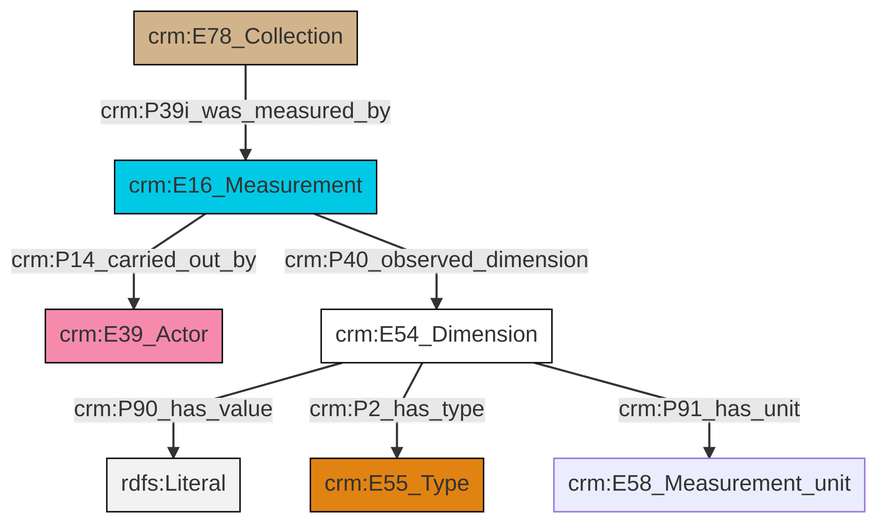
Before: et/archivalCSV/ttl/mmd/png/archival_substance.png, a diagram exported from Mermaid (swiss-art-research-net/docs.swissartresearch). Its source is kept beside it as et/archivalCSV/ttl/mmd/archival_substance.ttl.mmd.
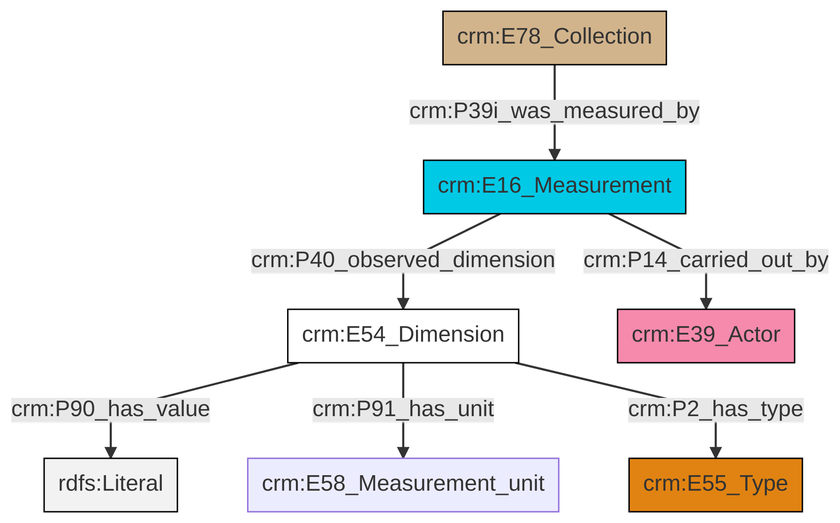
After the commit.

Change to the diagram source:
```diff
@@ -13,9 +13,9 @@
 classDef PC_Classes fill:#4ce600, stroke:#000000;
 classDef Multi fill:#cccccc,stroke:#000000;
 
-0["crm:E78_Collection"]:::Physical_Thing -->|crm:P39i_was_measured_by| 1["crm:E16_Measurement"]:::Temporal_Entity
-4["crm:E54_Dimension"]:::CRM_Entity -->|crm:P90_has_value| 5[rdfs:Literal]:::Literal
-4["crm:E54_Dimension"]:::CRM_Entity -->|crm:P2_has_type| 6["crm:E55_Type"]:::Type
-1["crm:E16_Measurement"]:::Temporal_Entity -->|crm:P14_carried_out_by| 2["crm:E39_Actor"]:::Actor
-1["crm:E16_Measurement"]:::Temporal_Entity -->|crm:P40_observed_dimension| 4["crm:E54_Dimension"]:::CRM_Entity
-4["crm:E54_Dimension"]:::CRM_Entity -->|crm:P91_has_unit| 7["crm:E58_Measurement_unit"]:::Default
+0["crm:E54_Dimension"]:::CRM_Entity -->|crm:P90_has_value| 4[rdfs:Literal]:::Literal
+0["crm:E54_Dimension"]:::CRM_Entity -->|crm:P91_has_unit| 5["crm:E58_Measurement_unit"]:::Default
+0["crm:E54_Dimension"]:::CRM_Entity -->|crm:P2_has_type| 6["crm:E55_Type"]:::Type
+7["crm:E16_Measurement"]:::Temporal_Entity -->|crm:P14_carried_out_by| 2["crm:E39_Actor"]:::Actor
+9["crm:E78_Collection"]:::Physical_Thing -->|crm:P39i_was_measured_by| 7["crm:E16_Measurement"]:::Temporal_Entity
+7["crm:E16_Measurement"]:::Temporal_Entity -->|crm:P40_observed_dimension| 0["crm:E54_Dimension"]:::CRM_Entity
```
